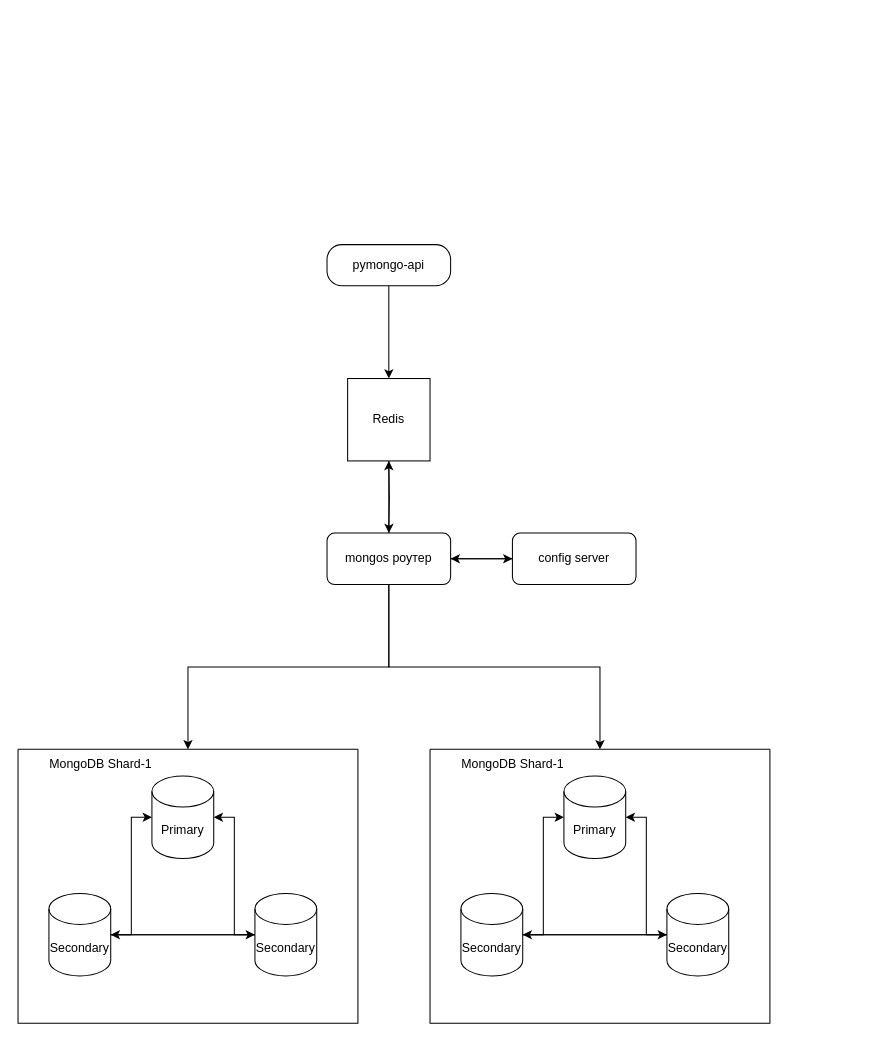
Earlier version of the draw.io diagram sprint_2_task_1.drawio (markovkaDada/architecture-sprint-2). Source tidied: cells renumbered, new cells numbered last; positions are measured from the earlier drawing's top-left corner, leaving out a move shared by most shapes. Both pictures are drawn from the tidied source at 103%, with x=0, y=0 at pixel (18, 244).
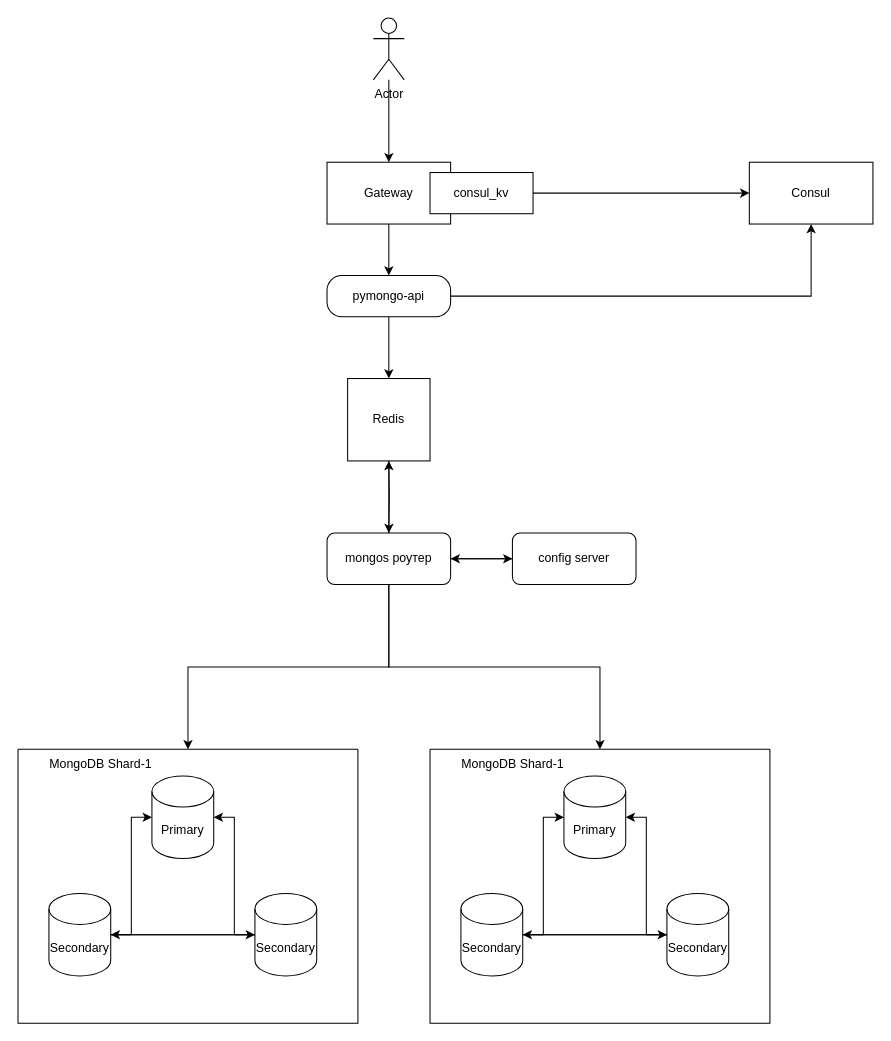
The same page after the edit.

Unchanged cells that the change refers to:
```xml
<mxCell id="30" value="Redis" style="whiteSpace=wrap;html=1;" parent="1" vertex="1">
  <mxGeometry x="320" y="130" width="80" height="80" as="geometry" />
</mxCell>
```

The edit, as a diff of the source:
```diff
@@
-    <mxCell id="2" style="edgeStyle=orthogonalEdgeStyle;rounded=0;jettySize=auto;html=1;entryX=0.5;entryY=0;entryDx=0;entryDy=0;" parent="1" edge="1" source="3" target="30">
+    <mxCell id="2" style="edgeStyle=orthogonalEdgeStyle;rounded=0;jettySize=auto;html=1;" parent="1" edge="1" source="3" target="30">
       <mxGeometry relative="1" as="geometry" />
     </mxCell>
+    <mxCell id="31" style="edgeStyle=orthogonalEdgeStyle;rounded=0;jettySize=auto;html=1;entryX=0.5;entryY=1;entryDx=0;entryDy=0;" parent="1" edge="1" source="3" target="38">
+      <mxGeometry relative="1" as="geometry" />
+    </mxCell>
     <mxCell id="3" value="pymongo-api" style="rounded=1;whiteSpace=wrap;html=1;arcSize=36;" parent="1" vertex="1">
-      <mxGeometry x="300" width="120" height="40" as="geometry" />
+      <mxGeometry x="300" y="30" width="120" height="40" as="geometry" />
     </mxCell>
@@
+    <mxCell id="32" style="edgeStyle=orthogonalEdgeStyle;rounded=0;jettySize=auto;html=1;entryX=0.5;entryY=0;entryDx=0;entryDy=0;" parent="1" edge="1" source="33" target="3">
+      <mxGeometry relative="1" as="geometry" />
+    </mxCell>
+    <mxCell id="33" value="Gateway" style="rounded=0;whiteSpace=wrap;html=1;" parent="1" vertex="1">
+      <mxGeometry x="300" y="-80" width="120" height="60" as="geometry" />
+    </mxCell>
+    <mxCell id="34" style="edgeStyle=orthogonalEdgeStyle;rounded=0;jettySize=auto;html=1;" parent="1" edge="1" source="35" target="33">
+      <mxGeometry relative="1" as="geometry" />
+    </mxCell>
+    <mxCell id="35" value="Actor" style="shape=umlActor;verticalLabelPosition=bottom;verticalAlign=top;html=1;outlineConnect=0;" parent="1" vertex="1">
+      <mxGeometry x="345" y="-220" width="30" height="60" as="geometry" />
+    </mxCell>
+    <mxCell id="36" style="edgeStyle=orthogonalEdgeStyle;rounded=0;jettySize=auto;html=1;" parent="1" edge="1" source="37" target="38">
+      <mxGeometry relative="1" as="geometry" />
+    </mxCell>
+    <mxCell id="37" value="consul_kv" style="rounded=0;whiteSpace=wrap;html=1;" parent="1" vertex="1">
+      <mxGeometry x="400" y="-70" width="100" height="40" as="geometry" />
+    </mxCell>
+    <mxCell id="38" value="Consul" style="rounded=0;whiteSpace=wrap;html=1;" parent="1" vertex="1">
+      <mxGeometry x="710" y="-80" width="120" height="60" as="geometry" />
+    </mxCell>
```
